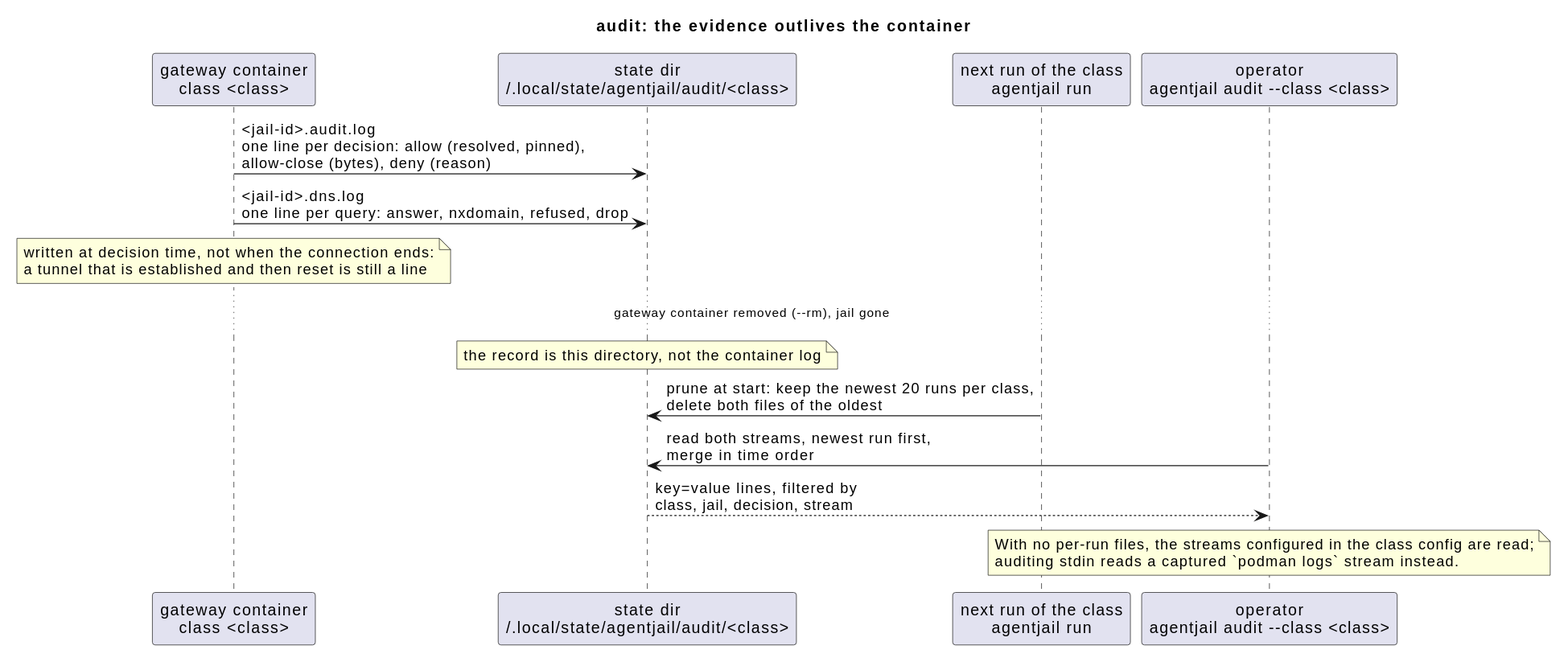
The PlantUML diagram docs/diagrams/audit-readback.svg in Breinich/agentjail, before a commit.
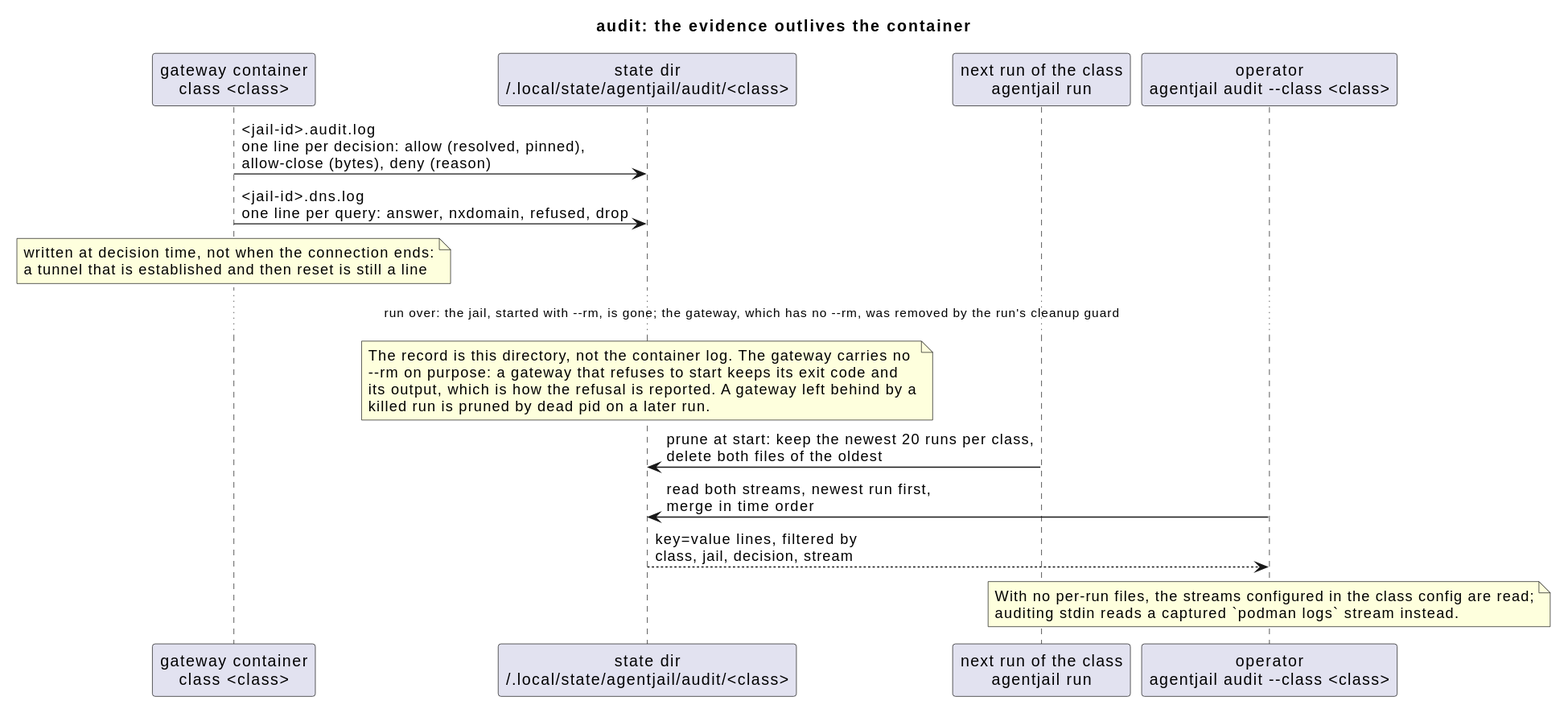
Above is the later version.

Change to the diagram source:
```diff
@@ -9,8 +9,13 @@
 G -> S : <jail-id>.audit.log\none line per decision: allow (resolved, pinned),\nallow-close (bytes), deny (reason)
 G -> S : <jail-id>.dns.log\none line per query: answer, nxdomain, refused, drop
 note over G : written at decision time, not when the connection ends:\na tunnel that is established and then reset is still a line
-... gateway container removed (&#45;&#45;rm), jail gone ...
-note over S : the record is this directory, not the container log
+... run over: the jail, started with &#45;&#45;rm, is gone; the gateway, which has no &#45;&#45;rm, was removed by the run's cleanup guard ...
+note over S
+  The record is this directory, not the container log. The gateway carries no
+  &#45;&#45;rm on purpose: a gateway that refuses to start keeps its exit code and
+  its output, which is how the refusal is reported. A gateway left behind by a
+  killed run is pruned by dead pid on a later run.
+end note
 R -> S : prune at start: keep the newest 20 runs per class,\ndelete both files of the oldest
 A -> S : read both streams, newest run first,\nmerge in time order
 S --> A : key=value lines, filtered by\nclass, jail, decision, stream
```
